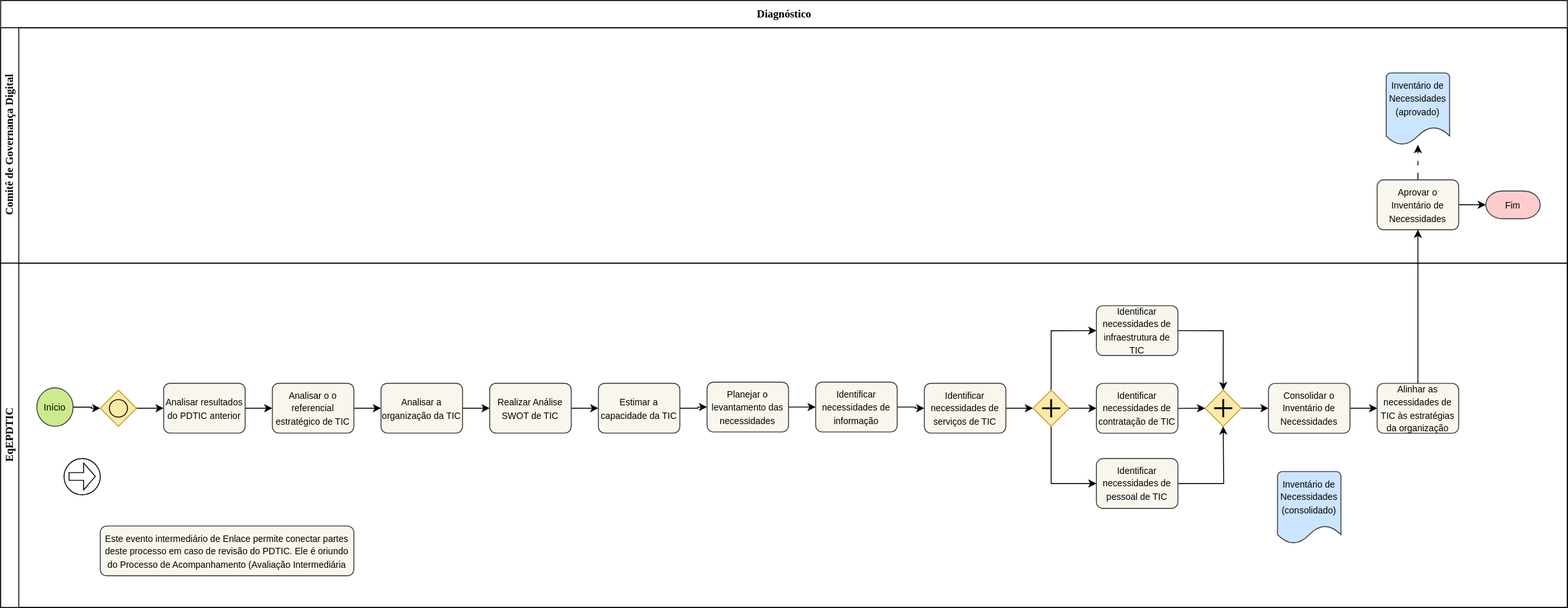
Above: fluxo_diagnostico.drawio.svg in Bariand/diagramas-gestao-ufpel (draw.io), before the change. Source tidied: cells renumbered, new cells last; positions are measured from the earlier drawing's top-left corner, leaving out a move shared by most shapes.
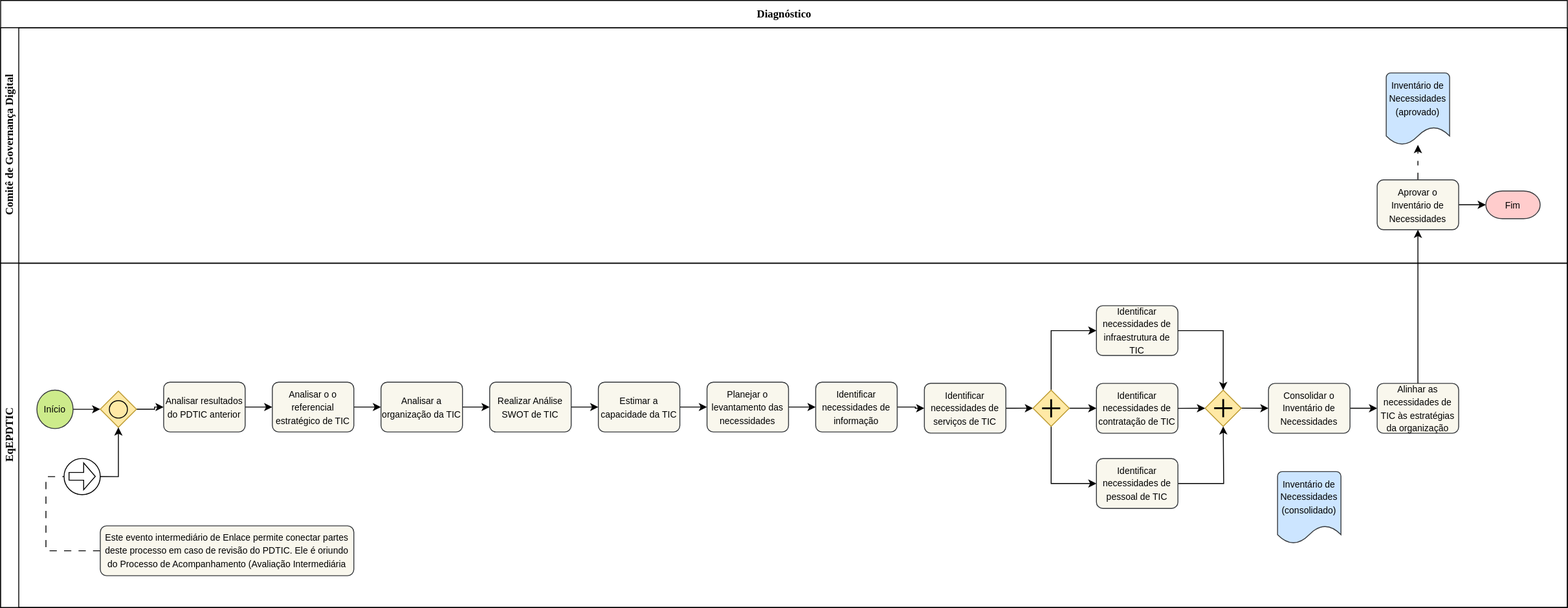
The same diagram one commit later.

Change to the diagram source:
```diff
@@ -128,43 +128,43 @@
       <mxGeometry relative="1" as="geometry" />
     </mxCell>
     <mxCell id="29" value="&lt;font style=&quot;font-size: 10px;&quot;&gt;Início&lt;/font&gt;" style="strokeWidth=1;html=1;shape=mxgraph.flowchart.start_2;whiteSpace=wrap;fillColor=#cdeb8b;strokeColor=#36393d;swimlaneLine=1;shadow=0;" parent="14" vertex="1">
-      <mxGeometry x="40" y="137.5" width="40" height="42.5" as="geometry" />
+      <mxGeometry x="40" y="140" width="40" height="42.5" as="geometry" />
     </mxCell>
     <mxCell id="30" style="edgeStyle=orthogonalEdgeStyle;rounded=0;jettySize=auto;html=1;" parent="14" edge="1" source="31" target="35">
       <mxGeometry relative="1" as="geometry" />
     </mxCell>
     <mxCell id="31" value="&lt;font style=&quot;font-size: 10px;&quot;&gt;Analisar resultados do PDTIC anterior&lt;/font&gt;" style="rounded=1;whiteSpace=wrap;html=1;absoluteArcSize=1;arcSize=14;strokeWidth=1;fillColor=#f9f7ed;strokeColor=#36393d;swimlaneLine=1;shadow=0;" parent="14" vertex="1">
-      <mxGeometry x="180" y="132.5" width="90" height="55" as="geometry" />
+      <mxGeometry x="180" y="131.2" width="90" height="55" as="geometry" />
     </mxCell>
     <mxCell id="32" style="edgeStyle=orthogonalEdgeStyle;rounded=0;jettySize=auto;html=1;" parent="14" edge="1" source="33" target="31">
       <mxGeometry relative="1" as="geometry" />
     </mxCell>
     <mxCell id="33" style="strokeWidth=1;html=1;shape=mxgraph.flowchart.decision;whiteSpace=wrap;fillColor=light-dark(#ffe9a6, #281d00);strokeColor=light-dark(#bc992e, #6d5100);" parent="14" vertex="1">
-      <mxGeometry x="110" y="140" width="40" height="40" as="geometry" />
+      <mxGeometry x="110" y="141.1" width="40" height="40" as="geometry" />
     </mxCell>
     <mxCell id="34" style="edgeStyle=orthogonalEdgeStyle;rounded=0;jettySize=auto;html=1;" parent="14" edge="1" source="35" target="37">
       <mxGeometry relative="1" as="geometry" />
     </mxCell>
     <mxCell id="35" value="&lt;font style=&quot;font-size: 10px;&quot;&gt;Analisar o o referencial estratégico de TIC&lt;/font&gt;" style="rounded=1;whiteSpace=wrap;html=1;absoluteArcSize=1;arcSize=14;strokeWidth=1;fillColor=#f9f7ed;strokeColor=#36393d;swimlaneLine=1;shadow=0;" parent="14" vertex="1">
-      <mxGeometry x="300" y="132.5" width="90" height="55" as="geometry" />
+      <mxGeometry x="300" y="131.2" width="90" height="55" as="geometry" />
     </mxCell>
     <mxCell id="36" style="edgeStyle=orthogonalEdgeStyle;rounded=0;jettySize=auto;html=1;" parent="14" edge="1" source="37" target="39">
       <mxGeometry relative="1" as="geometry" />
     </mxCell>
     <mxCell id="37" value="&lt;font style=&quot;font-size: 10px;&quot;&gt;Analisar a organização da TIC&lt;/font&gt;" style="rounded=1;whiteSpace=wrap;html=1;absoluteArcSize=1;arcSize=14;strokeWidth=1;fillColor=#f9f7ed;strokeColor=#36393d;swimlaneLine=1;shadow=0;" parent="14" vertex="1">
-      <mxGeometry x="420" y="132.5" width="90" height="55" as="geometry" />
+      <mxGeometry x="420" y="131.2" width="90" height="55" as="geometry" />
     </mxCell>
     <mxCell id="38" style="edgeStyle=orthogonalEdgeStyle;rounded=0;jettySize=auto;html=1;" parent="14" edge="1" source="39" target="41">
       <mxGeometry relative="1" as="geometry" />
     </mxCell>
     <mxCell id="39" value="&lt;font style=&quot;font-size: 10px;&quot;&gt;Realizar Análise SWOT de TIC&lt;/font&gt;" style="rounded=1;whiteSpace=wrap;html=1;absoluteArcSize=1;arcSize=14;strokeWidth=1;fillColor=#f9f7ed;strokeColor=#36393d;swimlaneLine=1;shadow=0;" parent="14" vertex="1">
-      <mxGeometry x="540" y="132.5" width="90" height="55" as="geometry" />
+      <mxGeometry x="540" y="131.2" width="90" height="55" as="geometry" />
     </mxCell>
     <mxCell id="40" style="edgeStyle=orthogonalEdgeStyle;rounded=0;jettySize=auto;html=1;" parent="14" edge="1" source="41" target="43">
       <mxGeometry relative="1" as="geometry" />
     </mxCell>
     <mxCell id="41" value="&lt;font style=&quot;font-size: 10px;&quot;&gt;Estimar a capacidade da TIC&lt;/font&gt;" style="rounded=1;whiteSpace=wrap;html=1;absoluteArcSize=1;arcSize=14;strokeWidth=1;fillColor=#f9f7ed;strokeColor=#36393d;swimlaneLine=1;shadow=0;" parent="14" vertex="1">
-      <mxGeometry x="660" y="132.5" width="90" height="55" as="geometry" />
+      <mxGeometry x="660" y="131.2" width="90" height="55" as="geometry" />
     </mxCell>
     <mxCell id="42" style="edgeStyle=orthogonalEdgeStyle;rounded=0;jettySize=auto;html=1;" parent="14" edge="1" source="43" target="45">
       <mxGeometry relative="1" as="geometry" />
@@ -256,23 +256,29 @@
       </mxGeometry>
     </mxCell>
     <mxCell id="67" style="ellipse;whiteSpace=wrap;html=1;fillColor=none;" parent="14" vertex="1">
-      <mxGeometry x="120" y="150.5" width="20" height="19.3" as="geometry" />
+      <mxGeometry x="120" y="151.6" width="20" height="19.3" as="geometry" />
     </mxCell>
     <mxCell id="68" value="&lt;font style=&quot;font-size: 10px;&quot;&gt;Inventário de Necessidades (consolidado)&lt;/font&gt;" style="strokeWidth=1;html=1;shape=mxgraph.flowchart.document2;whiteSpace=wrap;size=0.25;verticalAlign=top;fillColor=#cce5ff;strokeColor=#36393d;swimlaneLine=1;shadow=0;" parent="14" vertex="1">
       <mxGeometry x="1410" y="230" width="70" height="79.5" as="geometry" />
     </mxCell>
+    <mxCell id="73" style="edgeStyle=orthogonalEdgeStyle;rounded=0;jettySize=auto;html=1;exitX=0;exitY=0.5;exitDx=0;exitDy=0;entryX=0;entryY=0.5;entryDx=0;entryDy=0;dashed=1;dashPattern=8 8;endArrow=none;startFill=0;" parent="14" edge="1" source="69" target="70">
+      <mxGeometry relative="1" as="geometry" />
+    </mxCell>
     <mxCell id="69" value="&lt;font style=&quot;font-size: 10px;&quot;&gt;Este evento intermediário de Enlace permite conectar partes deste processo em caso de revisão do PDTIC. Ele é oriundo do Processo de Acompanhamento (Avaliação Intermediária&lt;/font&gt;" style="rounded=1;whiteSpace=wrap;html=1;absoluteArcSize=1;arcSize=14;strokeWidth=1;fillColor=#f9f7ed;strokeColor=#36393d;swimlaneLine=1;shadow=0;" parent="14" vertex="1">
-      <mxGeometry x="110" y="290" width="280" height="55" as="geometry" />
+      <mxGeometry x="110" y="289.9" width="280" height="55" as="geometry" />
     </mxCell>
     <mxCell id="70" style="ellipse;whiteSpace=wrap;html=1;" parent="14" vertex="1">
-      <mxGeometry x="70" y="215.6" width="40" height="40" as="geometry" />
+      <mxGeometry x="70" y="215.5" width="40" height="40" as="geometry" />
     </mxCell>
     <mxCell id="71" style="shape=flexArrow;endArrow=classic;html=1;rounded=0;width=8.571428571428571;endSize=3.954285714285714;" parent="14" edge="1">
       <mxGeometry relative="1" as="geometry">
-        <mxPoint x="75" y="235.3" as="sourcePoint" />
-        <mxPoint x="105" y="235.3" as="targetPoint" />
+        <mxPoint x="75" y="235.2" as="sourcePoint" />
+        <mxPoint x="105" y="235.2" as="targetPoint" />
       </mxGeometry>
     </mxCell>
+    <mxCell id="74" style="edgeStyle=orthogonalEdgeStyle;rounded=0;jettySize=auto;html=1;exitX=1;exitY=0.5;exitDx=0;exitDy=0;entryX=0.5;entryY=1;entryDx=0;entryDy=0;entryPerimeter=0;" parent="14" edge="1" source="70" target="33">
+      <mxGeometry relative="1" as="geometry" />
+    </mxCell>
     <mxCell id="72" style="edgeStyle=orthogonalEdgeStyle;rounded=0;jettySize=auto;html=1;exitX=0.5;exitY=0;exitDx=0;exitDy=0;entryX=0.5;entryY=1;entryDx=0;entryDy=0;" parent="2" edge="1" source="60" target="11">
       <mxGeometry relative="1" as="geometry" />
     </mxCell>
```
